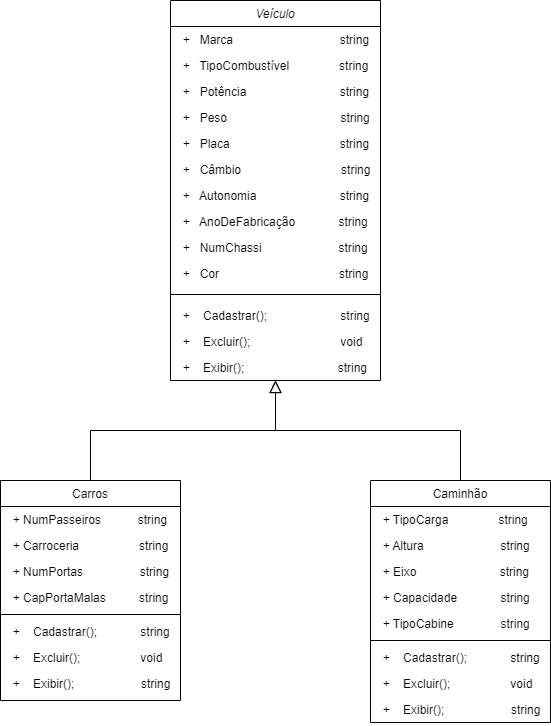
This is Diagrama de Classes - Herança.drawio.png from FelipeOropeza/ExercicioVeiculo, a draw.io export, as it was before one commit. Source tidied: cells renumbered, new cells last; positions are measured from the earlier drawing's top-left corner, leaving out a move shared by most shapes.
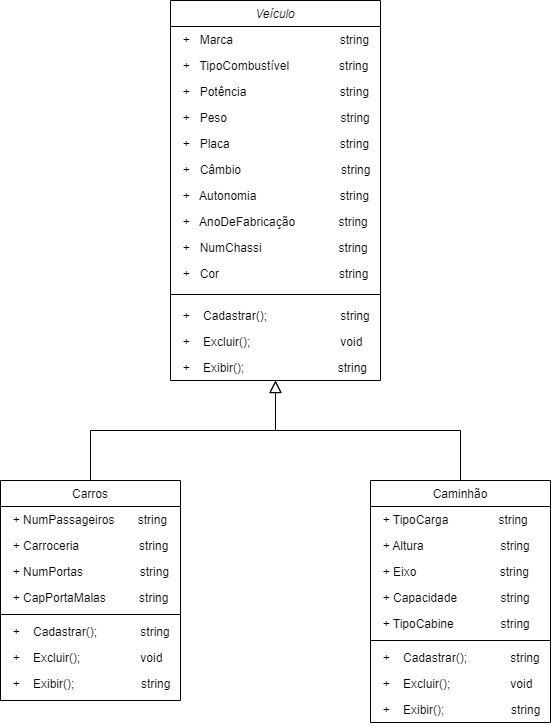
The same diagram one commit later.

What changed in the source:
```diff
@@ -50,7 +50,7 @@
     <mxCell id="17" value="Carros" style="swimlane;fontStyle=0;align=center;verticalAlign=top;horizontal=1;startSize=26;rounded=0;shadow=0;strokeWidth=1;" parent="1" vertex="1">
       <mxGeometry y="480" width="180" height="220" as="geometry" />
     </mxCell>
-    <mxCell id="18" value="  + NumPasseiros           string" style="text;align=left;verticalAlign=top;spacingLeft=4;spacingRight=4;overflow=hidden;" parent="17" vertex="1">
+    <mxCell id="18" value="  + NumPassageiros       string" style="text;align=left;verticalAlign=top;spacingLeft=4;spacingRight=4;overflow=hidden;" parent="17" vertex="1">
       <mxGeometry y="26" width="180" height="26" as="geometry" />
     </mxCell>
     <mxCell id="19" value="  + Carroceria                  string" style="text;align=left;verticalAlign=top;spacingLeft=4;spacingRight=4;overflow=hidden;rounded=0;shadow=0;html=0;" parent="17" vertex="1">
```
